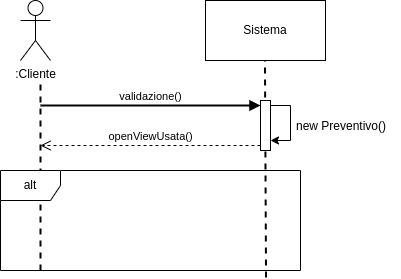
446f6e6e79/ConfiguratoreAuto keeps this draw.io diagram as doc/preventivoSD.png. Above is the earlier version. Source tidied: cells renumbered, new cells last; positions are measured from the earlier drawing's top-left corner, leaving out a move shared by most shapes.
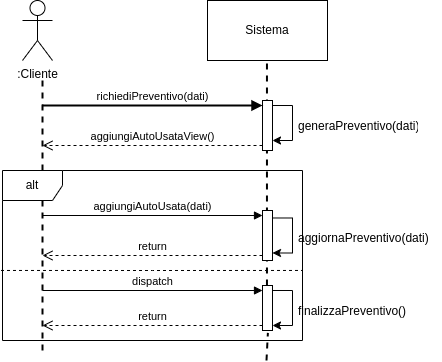
Above is the later version.

Change to the diagram source:
```diff
@@ -8,15 +8,14 @@
     <mxCell id="3" value="Sistema" style="rounded=0;whiteSpace=wrap;html=1;" parent="1" vertex="1">
       <mxGeometry x="205" width="120" height="60" as="geometry" />
     </mxCell>
-    <mxCell id="4" style="endArrow=none;dashed=1;html=1;rounded=0;strokeWidth=2;entryX=0.539;entryY=1.052;entryDx=0;entryDy=0;entryPerimeter=0;" parent="1" edge="1">
+    <mxCell id="4" style="endArrow=none;dashed=1;html=1;rounded=0;strokeWidth=2;entryX=0.539;entryY=1.052;entryDx=0;entryDy=0;entryPerimeter=0;" parent="1" edge="1" source="21">
       <mxGeometry relative="1" as="geometry">
-        <mxPoint x="265.5" y="276.9" as="sourcePoint" />
         <mxPoint x="264.5" y="60" as="targetPoint" />
       </mxGeometry>
     </mxCell>
     <mxCell id="5" style="endArrow=none;dashed=1;html=1;rounded=0;strokeWidth=2;" parent="1" edge="1">
       <mxGeometry relative="1" as="geometry">
-        <mxPoint x="40" y="270" as="sourcePoint" />
+        <mxPoint x="40" y="350" as="sourcePoint" />
         <mxPoint x="40" y="80" as="targetPoint" />
       </mxGeometry>
     </mxCell>
@@ -31,21 +30,85 @@
     <mxCell id="7" style="html=1;points=[[0,0,0,0,5],[0,1,0,0,-5],[1,0,0,0,5],[1,1,0,0,-5]];perimeter=orthogonalPerimeter;outlineConnect=0;targetShapes=umlLifeline;portConstraint=eastwest;newEdgeStyle={&quot;curved&quot;:0,&quot;rounded&quot;:0};" parent="1" vertex="1">
       <mxGeometry x="260" y="100" width="10" height="50" as="geometry" />
     </mxCell>
-    <mxCell id="8" value="validazione()" style="html=1;verticalAlign=bottom;endArrow=block;curved=0;rounded=0;entryX=0;entryY=0;entryDx=0;entryDy=5;strokeWidth=2;" parent="1" edge="1" target="7">
+    <mxCell id="8" value="richiediPreventivo(dati)" style="html=1;verticalAlign=bottom;endArrow=block;curved=0;rounded=0;entryX=0;entryY=0;entryDx=0;entryDy=5;strokeWidth=2;" parent="1" edge="1" target="7">
       <mxGeometry relative="1" as="geometry">
         <mxPoint x="40" y="105" as="sourcePoint" />
       </mxGeometry>
     </mxCell>
-    <mxCell id="9" value="openViewUsata()" style="html=1;verticalAlign=bottom;endArrow=open;dashed=1;endSize=8;curved=0;rounded=0;exitX=0;exitY=1;exitDx=0;exitDy=-5;" parent="1" edge="1" source="7">
+    <mxCell id="9" value="aggiungiAutoUsataView()" style="html=1;verticalAlign=bottom;endArrow=open;dashed=1;endSize=8;curved=0;rounded=0;exitX=0;exitY=1;exitDx=0;exitDy=-5;" parent="1" edge="1" source="7">
       <mxGeometry relative="1" as="geometry">
         <mxPoint x="40" y="145" as="targetPoint" />
       </mxGeometry>
     </mxCell>
-    <mxCell id="10" value="new Preventivo()" style="text;strokeColor=none;fillColor=none;align=left;verticalAlign=top;spacingLeft=4;spacingRight=4;overflow=hidden;whiteSpace=wrap;html=1;" parent="1" vertex="1">
-      <mxGeometry x="290" y="112" width="110" height="26" as="geometry" />
+    <mxCell id="10" value="generaPreventivo(dati)" style="text;strokeColor=none;fillColor=none;align=left;verticalAlign=top;spacingLeft=4;spacingRight=4;overflow=hidden;whiteSpace=wrap;html=1;" parent="1" vertex="1">
+      <mxGeometry x="290" y="112" width="130" height="26" as="geometry" />
     </mxCell>
     <mxCell id="11" value="alt" style="shape=umlFrame;whiteSpace=wrap;html=1;" parent="1" vertex="1">
-      <mxGeometry y="170" width="300" height="100" as="geometry" />
+      <mxGeometry y="170" width="300" height="170" as="geometry" />
     </mxCell>
+    <mxCell id="12" style="endArrow=none;dashed=1;html=1;rounded=0;exitX=-0.005;exitY=0.588;exitDx=0;exitDy=0;exitPerimeter=0;entryX=1;entryY=0.588;entryDx=0;entryDy=0;entryPerimeter=0;" parent="1" edge="1" source="11" target="11">
+      <mxGeometry relative="1" as="geometry">
+        <Array as="points">
+          <mxPoint x="150" y="270" />
+        </Array>
+      </mxGeometry>
+    </mxCell>
+    <mxCell id="13" style="html=1;points=[[0,0,0,0,5],[0,1,0,0,-5],[1,0,0,0,5],[1,1,0,0,-5]];perimeter=orthogonalPerimeter;outlineConnect=0;targetShapes=umlLifeline;portConstraint=eastwest;newEdgeStyle={&quot;curved&quot;:0,&quot;rounded&quot;:0};" parent="1" vertex="1">
+      <mxGeometry x="260" y="210" width="10" height="50" as="geometry" />
+    </mxCell>
+    <mxCell id="14" value="aggiungiAutoUsata(dati)" style="html=1;verticalAlign=bottom;endArrow=block;curved=0;rounded=0;entryX=0;entryY=0;entryDx=0;entryDy=5;" parent="1" edge="1" target="13">
+      <mxGeometry relative="1" as="geometry">
+        <mxPoint x="40" y="215" as="sourcePoint" />
+      </mxGeometry>
+    </mxCell>
+    <mxCell id="15" value="return" style="html=1;verticalAlign=bottom;endArrow=open;dashed=1;endSize=8;curved=0;rounded=0;exitX=0;exitY=1;exitDx=0;exitDy=-5;" parent="1" edge="1" source="13">
+      <mxGeometry relative="1" as="geometry">
+        <mxPoint x="40" y="255" as="targetPoint" />
+      </mxGeometry>
+    </mxCell>
+    <mxCell id="16" style="edgeStyle=orthogonalEdgeStyle;rounded=0;orthogonalLoop=1;jettySize=auto;html=1;curved=0;exitX=1;exitY=0;exitDx=0;exitDy=5;exitPerimeter=0;" parent="1" edge="1">
+      <mxGeometry relative="1" as="geometry">
+        <mxPoint x="270" y="217.5" as="sourcePoint" />
+        <mxPoint x="270" y="252.5" as="targetPoint" />
+        <Array as="points">
+          <mxPoint x="290" y="217.5" />
+          <mxPoint x="290" y="252.5" />
+        </Array>
+      </mxGeometry>
+    </mxCell>
+    <mxCell id="17" value="aggiornaPreventivo(dati)" style="text;strokeColor=none;fillColor=none;align=left;verticalAlign=top;spacingLeft=4;spacingRight=4;overflow=hidden;whiteSpace=wrap;html=1;" parent="1" vertex="1">
+      <mxGeometry x="290" y="224.5" width="150" height="26" as="geometry" />
+    </mxCell>
+    <mxCell id="18" value="dispatch" style="html=1;verticalAlign=bottom;endArrow=block;curved=0;rounded=0;entryX=0;entryY=0;entryDx=0;entryDy=5;" parent="1" edge="1" target="21">
+      <mxGeometry relative="1" as="geometry">
+        <mxPoint x="40" y="290" as="sourcePoint" />
+      </mxGeometry>
+    </mxCell>
+    <mxCell id="19" value="return" style="html=1;verticalAlign=bottom;endArrow=open;dashed=1;endSize=8;curved=0;rounded=0;exitX=0;exitY=1;exitDx=0;exitDy=-5;" parent="1" edge="1" source="21">
+      <mxGeometry relative="1" as="geometry">
+        <mxPoint x="40" y="325" as="targetPoint" />
+      </mxGeometry>
+    </mxCell>
+    <mxCell id="20" style="endArrow=none;dashed=1;html=1;rounded=0;strokeWidth=2;entryX=0.539;entryY=1.052;entryDx=0;entryDy=0;entryPerimeter=0;" parent="1" edge="1" target="21">
+      <mxGeometry relative="1" as="geometry">
+        <mxPoint x="264" y="360" as="sourcePoint" />
+      </mxGeometry>
+    </mxCell>
+    <mxCell id="21" style="html=1;points=[[0,0,0,0,5],[0,1,0,0,-5],[1,0,0,0,5],[1,1,0,0,-5]];perimeter=orthogonalPerimeter;outlineConnect=0;targetShapes=umlLifeline;portConstraint=eastwest;newEdgeStyle={&quot;curved&quot;:0,&quot;rounded&quot;:0};" parent="1" vertex="1">
+      <mxGeometry x="260" y="285" width="10" height="45" as="geometry" />
+    </mxCell>
+    <mxCell id="22" style="edgeStyle=orthogonalEdgeStyle;rounded=0;orthogonalLoop=1;jettySize=auto;html=1;curved=0;exitX=1;exitY=0;exitDx=0;exitDy=5;exitPerimeter=0;" parent="1" edge="1">
+      <mxGeometry relative="1" as="geometry">
+        <mxPoint x="270" y="290" as="sourcePoint" />
+        <mxPoint x="270" y="325" as="targetPoint" />
+        <Array as="points">
+          <mxPoint x="290" y="290" />
+          <mxPoint x="290" y="325" />
+        </Array>
+      </mxGeometry>
+    </mxCell>
+    <mxCell id="23" value="finalizzaPreventivo()" style="text;strokeColor=none;fillColor=none;align=left;verticalAlign=top;spacingLeft=4;spacingRight=4;overflow=hidden;whiteSpace=wrap;html=1;" parent="1" vertex="1">
+      <mxGeometry x="290" y="297" width="150" height="26" as="geometry" />
+    </mxCell>
   </root>
 </mxGraphModel>
```
